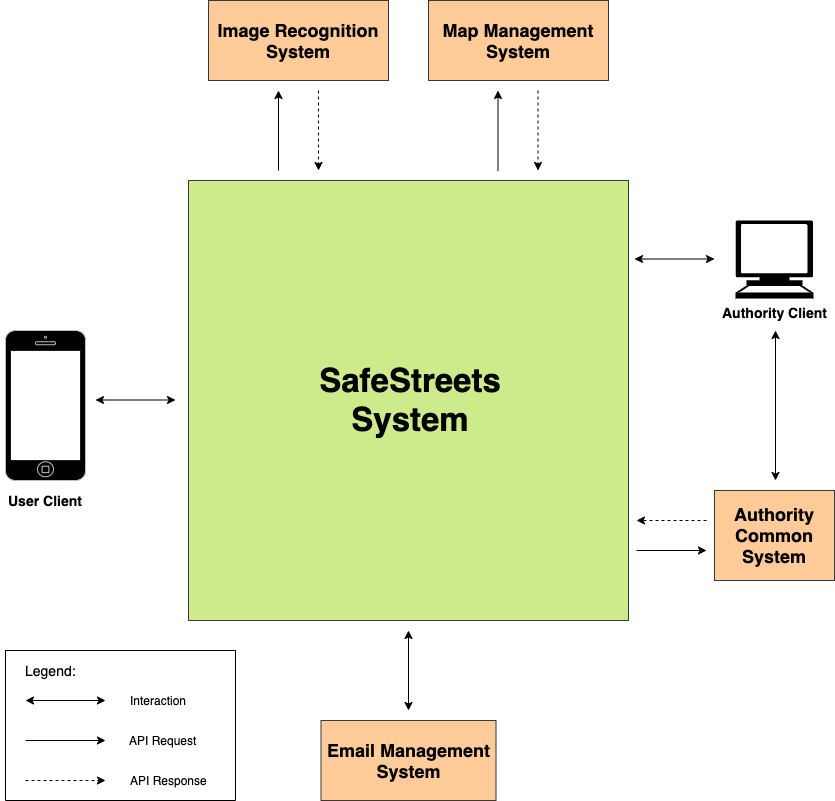
Before: dd/img/miscellaneous/contextViewPoint.png, a diagram exported from draw.io (Megapiro/SafeStreets-IngSw2Project). Source tidied: cells renumbered, new cells last; positions are measured from the earlier drawing's top-left corner, leaving out a move shared by most shapes. Its diagram source:
```xml
<mxGraphModel>
  <root>
    <mxCell id="0" />
    <mxCell id="1" parent="0" />
    <mxCell id="2" value="&lt;b style=&quot;font-size: 33px&quot;&gt;SafeStreets&lt;br&gt;System&lt;/b&gt;" style="whiteSpace=wrap;html=1;strokeColor=#36393d;fillColor=#cdeb8b;" parent="1" vertex="1">
      <mxGeometry x="188" y="180" width="440" height="440" as="geometry" />
    </mxCell>
    <mxCell id="3" value="&lt;b&gt;&lt;font style=&quot;font-size: 14px&quot;&gt;Authority Client&lt;/font&gt;&lt;/b&gt;" style="shape=mxgraph.signs.tech.computer;html=1;fillColor=#000000;strokeColor=none;verticalLabelPosition=bottom;verticalAlign=top;align=center;" parent="1" vertex="1">
      <mxGeometry x="735" y="220" width="78" height="78" as="geometry" />
    </mxCell>
    <mxCell id="4" style="html=1;verticalLabelPosition=bottom;labelBackgroundColor=#ffffff;verticalAlign=top;shadow=0;dashed=0;strokeWidth=1;shape=mxgraph.ios7.misc.iphone;strokeColor=#c0c0c0;fillColor=#000000;gradientColor=none;" parent="1" vertex="1">
      <mxGeometry x="5" y="330" width="80" height="150" as="geometry" />
    </mxCell>
    <mxCell id="5" style="endArrow=classic;startArrow=classic;html=1;" parent="1" edge="1">
      <mxGeometry relative="1" as="geometry">
        <mxPoint x="634" y="258.5" as="sourcePoint" />
        <mxPoint x="714" y="258.5" as="targetPoint" />
      </mxGeometry>
    </mxCell>
    <mxCell id="6" style="endArrow=classic;startArrow=classic;html=1;" parent="1" edge="1">
      <mxGeometry relative="1" as="geometry">
        <mxPoint x="95" y="399.5" as="sourcePoint" />
        <mxPoint x="175" y="399.5" as="targetPoint" />
      </mxGeometry>
    </mxCell>
    <mxCell id="7" value="&lt;b&gt;&lt;font style=&quot;font-size: 18px&quot;&gt;Image Recognition System&lt;/font&gt;&lt;/b&gt;" style="rounded=0;whiteSpace=wrap;html=1;strokeColor=#36393d;fillColor=#ffcc99;" parent="1" vertex="1">
      <mxGeometry x="208" width="180" height="80" as="geometry" />
    </mxCell>
    <mxCell id="8" value="&lt;b&gt;&lt;font style=&quot;font-size: 18px&quot;&gt;Map Management System&lt;/font&gt;&lt;/b&gt;" style="rounded=0;whiteSpace=wrap;html=1;strokeColor=#36393d;fillColor=#ffcc99;" parent="1" vertex="1">
      <mxGeometry x="428" width="180" height="80" as="geometry" />
    </mxCell>
    <mxCell id="9" style="endArrow=classic;html=1;" parent="1" edge="1">
      <mxGeometry relative="1" as="geometry">
        <mxPoint x="278" y="170" as="sourcePoint" />
        <mxPoint x="278" y="90" as="targetPoint" />
      </mxGeometry>
    </mxCell>
    <mxCell id="10" style="endArrow=classic;dashed=1;html=1;" parent="1" edge="1">
      <mxGeometry relative="1" as="geometry">
        <mxPoint x="318" y="90" as="sourcePoint" />
        <mxPoint x="318" y="170" as="targetPoint" />
      </mxGeometry>
    </mxCell>
    <mxCell id="11" style="endArrow=classic;html=1;" parent="1" edge="1">
      <mxGeometry relative="1" as="geometry">
        <mxPoint x="497.5" y="170" as="sourcePoint" />
        <mxPoint x="497.5" y="90" as="targetPoint" />
      </mxGeometry>
    </mxCell>
    <mxCell id="12" style="endArrow=classic;dashed=1;html=1;" parent="1" edge="1">
      <mxGeometry relative="1" as="geometry">
        <mxPoint x="537.5" y="90" as="sourcePoint" />
        <mxPoint x="537.5" y="170" as="targetPoint" />
      </mxGeometry>
    </mxCell>
    <mxCell id="13" value="&lt;b&gt;&lt;font style=&quot;font-size: 18px&quot;&gt;Email Management System&lt;/font&gt;&lt;/b&gt;" style="rounded=0;whiteSpace=wrap;html=1;strokeColor=#36393d;fillColor=#ffcc99;" parent="1" vertex="1">
      <mxGeometry x="320.5" y="720" width="175" height="80" as="geometry" />
    </mxCell>
    <mxCell id="14" style="endArrow=classic;startArrow=classic;html=1;" parent="1" edge="1">
      <mxGeometry relative="1" as="geometry">
        <mxPoint x="408" y="710" as="sourcePoint" />
        <mxPoint x="408" y="630" as="targetPoint" />
      </mxGeometry>
    </mxCell>
    <mxCell id="15" style="verticalLabelPosition=bottom;verticalAlign=top;html=1;shadow=0;dashed=0;strokeWidth=1;shape=mxgraph.ios.iBgFlat;strokeColor=#18211b;fillColor=#FFFFFF;gradientColor=none;" parent="1" vertex="1">
      <mxGeometry x="10" y="350" width="70" height="110" as="geometry" />
    </mxCell>
    <mxCell id="16" value="&lt;b&gt;&lt;font style=&quot;font-size: 18px&quot;&gt;Authority Common System&lt;/font&gt;&lt;/b&gt;" style="rounded=0;whiteSpace=wrap;html=1;strokeColor=#36393d;fillColor=#ffcc99;" parent="1" vertex="1">
      <mxGeometry x="714" y="490" width="120" height="90" as="geometry" />
    </mxCell>
    <mxCell id="17" style="endArrow=classic;html=1;" parent="1" edge="1">
      <mxGeometry relative="1" as="geometry">
        <mxPoint x="636" y="550" as="sourcePoint" />
        <mxPoint x="706" y="550" as="targetPoint" />
      </mxGeometry>
    </mxCell>
    <mxCell id="18" style="endArrow=classic;dashed=1;html=1;" parent="1" edge="1">
      <mxGeometry relative="1" as="geometry">
        <mxPoint x="706" y="520" as="sourcePoint" />
        <mxPoint x="636" y="520" as="targetPoint" />
      </mxGeometry>
    </mxCell>
    <mxCell id="19" style="endArrow=classic;startArrow=classic;html=1;" parent="1" edge="1">
      <mxGeometry relative="1" as="geometry">
        <mxPoint x="775" y="480" as="sourcePoint" />
        <mxPoint x="775" y="330" as="targetPoint" />
      </mxGeometry>
    </mxCell>
    <mxCell id="20" style="endArrow=classic;startArrow=classic;html=1;" parent="1" edge="1">
      <mxGeometry relative="1" as="geometry">
        <mxPoint x="25" y="700" as="sourcePoint" />
        <mxPoint x="105" y="700" as="targetPoint" />
      </mxGeometry>
    </mxCell>
    <mxCell id="21" value="Interaction&lt;br&gt;" style="text;html=1;align=center;verticalAlign=middle;" parent="1" vertex="1">
      <mxGeometry x="123" y="690" width="70" height="20" as="geometry" />
    </mxCell>
    <mxCell id="22" style="endArrow=classic;html=1;" parent="1" edge="1">
      <mxGeometry relative="1" as="geometry">
        <mxPoint x="25" y="740" as="sourcePoint" />
        <mxPoint x="105" y="740" as="targetPoint" />
      </mxGeometry>
    </mxCell>
    <mxCell id="23" value="API Request" style="text;html=1;align=center;verticalAlign=middle;" parent="1" vertex="1">
      <mxGeometry x="123" y="730" width="80" height="20" as="geometry" />
    </mxCell>
    <mxCell id="24" style="endArrow=classic;dashed=1;html=1;" parent="1" edge="1">
      <mxGeometry relative="1" as="geometry">
        <mxPoint x="25" y="780" as="sourcePoint" />
        <mxPoint x="105" y="780" as="targetPoint" />
      </mxGeometry>
    </mxCell>
    <mxCell id="25" value="API Response" style="text;html=1;align=center;verticalAlign=middle;" parent="1" vertex="1">
      <mxGeometry x="123" y="770" width="90" height="20" as="geometry" />
    </mxCell>
    <mxCell id="26" style="shape=partialRectangle;whiteSpace=wrap;html=1;bottom=0;right=0;fillColor=none;strokeColor=#000000;" parent="1" vertex="1">
      <mxGeometry x="5" y="650" width="230" height="150" as="geometry" />
    </mxCell>
    <mxCell id="27" style="shape=partialRectangle;whiteSpace=wrap;html=1;top=0;left=0;fillColor=none;strokeColor=#000000;" parent="1" vertex="1">
      <mxGeometry x="5" y="650" width="230" height="150" as="geometry" />
    </mxCell>
    <mxCell id="28" value="&lt;font style=&quot;font-size: 14px&quot;&gt;Legend:&lt;/font&gt;" style="text;html=1;align=center;verticalAlign=middle;" parent="1" vertex="1">
      <mxGeometry x="15" y="660" width="70" height="20" as="geometry" />
    </mxCell>
    <mxCell id="29" value="&lt;b&gt;&lt;font style=&quot;font-size: 14px&quot;&gt;User Client&lt;/font&gt;&lt;/b&gt;" style="text;html=1;align=center;verticalAlign=middle;" parent="1" vertex="1">
      <mxGeometry y="490" width="90" height="20" as="geometry" />
    </mxCell>
  </root>
</mxGraphModel>
```
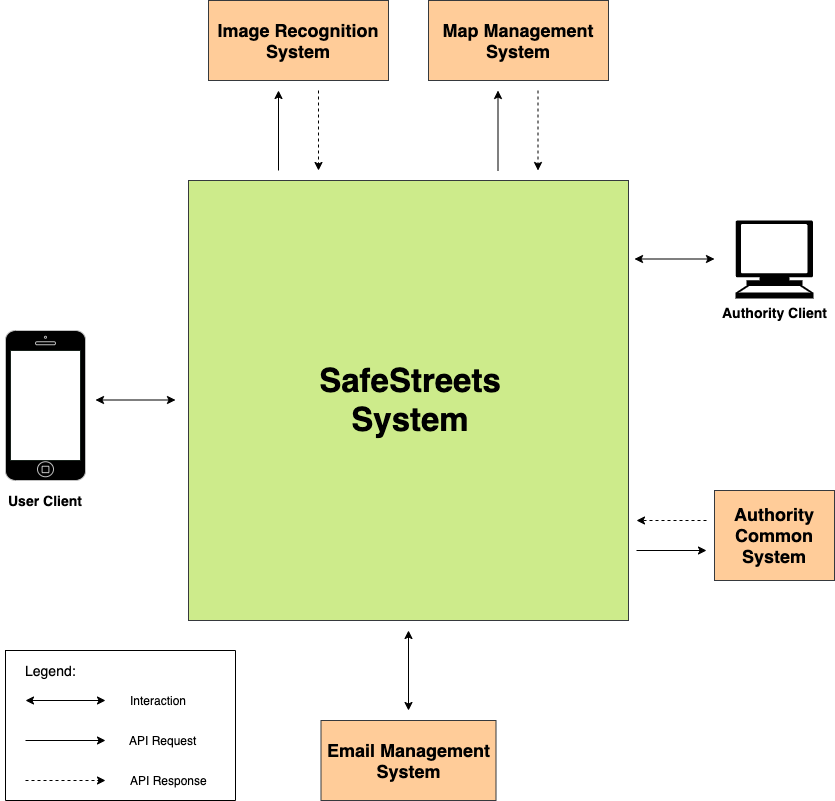
Above is the later version.

Change to the diagram source:
```diff
@@ -80,12 +80,6 @@
         <mxPoint x="636" y="520" as="targetPoint" />
       </mxGeometry>
     </mxCell>
-    <mxCell id="19" style="endArrow=classic;startArrow=classic;html=1;" parent="1" edge="1">
-      <mxGeometry relative="1" as="geometry">
-        <mxPoint x="775" y="480" as="sourcePoint" />
-        <mxPoint x="775" y="330" as="targetPoint" />
-      </mxGeometry>
-    </mxCell>
     <mxCell id="20" style="endArrow=classic;startArrow=classic;html=1;" parent="1" edge="1">
       <mxGeometry relative="1" as="geometry">
         <mxPoint x="25" y="700" as="sourcePoint" />
```
